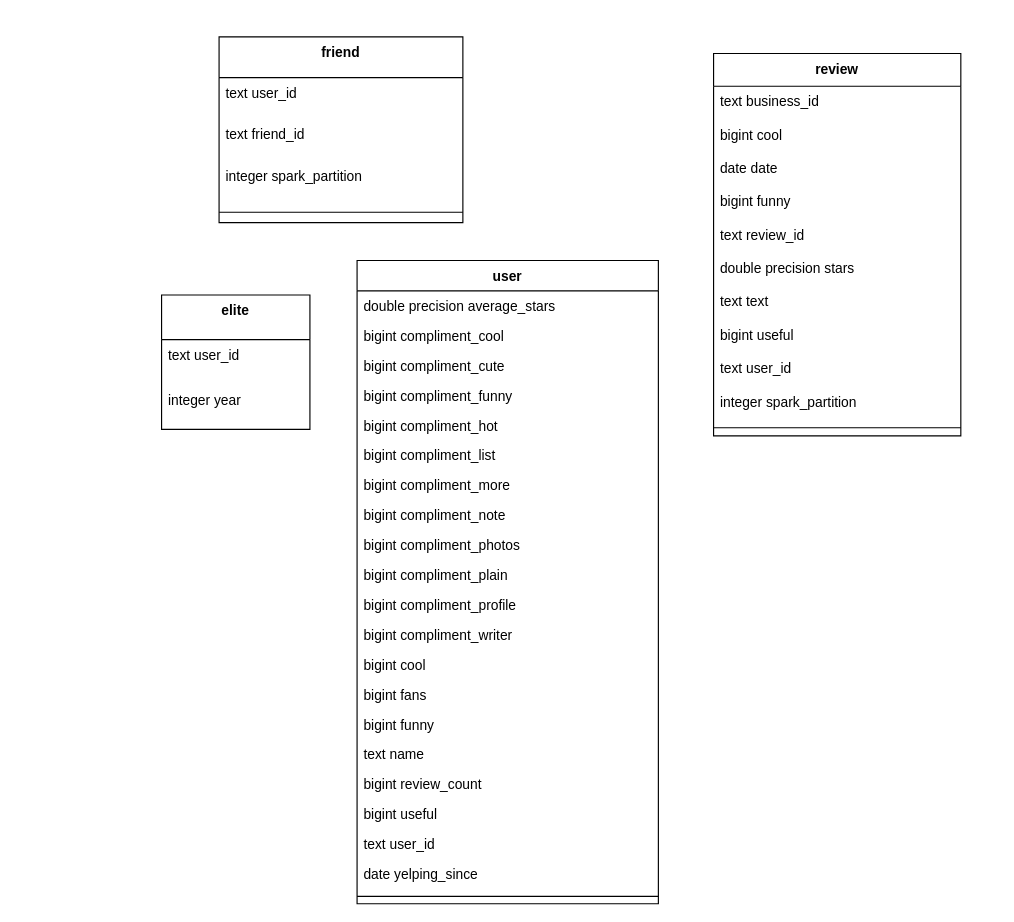
Before: diagramme/postgres.drawio in Maxime-Cllt/Argon, a draw.io diagram. Source tidied: cells renumbered, new cells numbered last; positions are measured from the earlier drawing's top-left corner, leaving out a move shared by most shapes. Both pictures are drawn from the tidied source at 115%, with x=0, y=0 at pixel (161, 36).
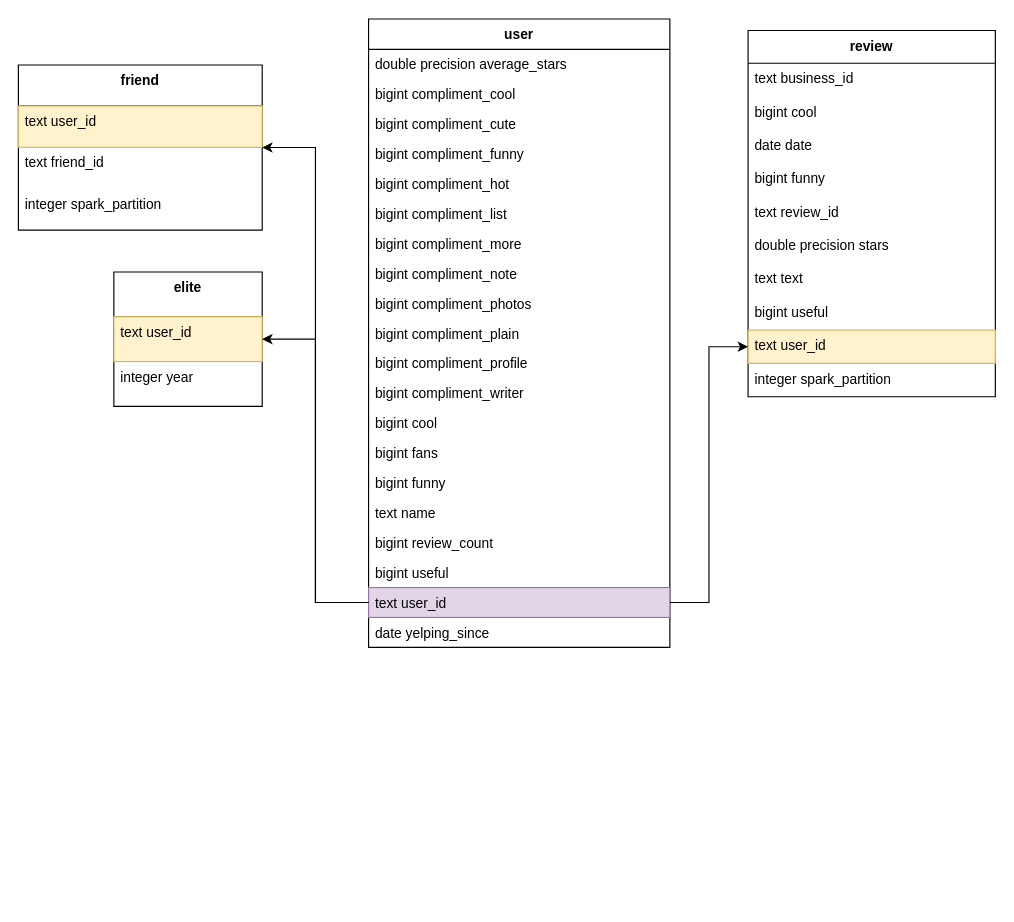
The same page after the edit.

Commit message (it also covers changes not shown here):
Màj table dim et diagrammes

The edit, as a diff of the source:
```diff
@@
     <mxCell id="2" value="elite" style="swimlane;fontStyle=1;align=center;verticalAlign=top;horizontal=1;startSize=38.857142857142854;" parent="1" vertex="1">
-      <mxGeometry y="225" width="129" height="116.9" as="geometry" />
+      <mxGeometry x="-41.5" y="205" width="129" height="116.9" as="geometry" />
     </mxCell>
-    <mxCell id="3" value="text user_id" style="text;strokeColor=none;fillColor=none;align=left;verticalAlign=top;spacingLeft=4;spacingRight=4;overflow=hidden;points=[[0,0.5],[1,0.5]];portConstraint=eastwest;" parent="2" vertex="1">
+    <mxCell id="3" value="text user_id" style="text;strokeColor=#d6b656;fillColor=#fff2cc;align=left;verticalAlign=top;spacingLeft=4;spacingRight=4;overflow=hidden;points=[[0,0.5],[1,0.5]];portConstraint=eastwest;" parent="2" vertex="1">
       <mxGeometry y="38.9" width="129" height="39" as="geometry" />
     </mxCell>
@@
     <mxCell id="5" value="friend" style="swimlane;fontStyle=1;align=center;verticalAlign=top;horizontal=1;startSize=35.55555555555556;" parent="1" vertex="1">
-      <mxGeometry x="50" y="0.5" width="212" height="161.6" as="geometry" />
+      <mxGeometry x="-124.5" y="25" width="212" height="143.6" as="geometry" />
     </mxCell>
-    <mxCell id="6" value="text user_id" style="text;strokeColor=none;fillColor=none;align=left;verticalAlign=top;spacingLeft=4;spacingRight=4;overflow=hidden;" parent="5" vertex="1">
+    <mxCell id="6" value="text user_id" style="text;strokeColor=#d6b656;fillColor=#fff2cc;align=left;verticalAlign=top;spacingLeft=4;spacingRight=4;overflow=hidden;" parent="5" vertex="1">
       <mxGeometry y="35.6" width="212" height="36" as="geometry" />
     </mxCell>
@@
-    <mxCell id="9" style="line;strokeWidth=1;fillColor=none;align=left;verticalAlign=middle;spacingTop=-1;spacingLeft=3;spacingRight=3;labelPosition=right;strokeColor=inherit;" parent="5" vertex="1">
-      <mxGeometry y="143.6" width="212" height="18" as="geometry" />
-    </mxCell>
     <mxCell id="10" value="review" style="swimlane;fontStyle=1;align=center;verticalAlign=top;horizontal=1;startSize=28.52173913043478;" parent="1" vertex="1">
-      <mxGeometry x="480" y="15" width="215" height="332.5" as="geometry" />
+      <mxGeometry x="510" y="-5" width="215" height="318.5" as="geometry" />
     </mxCell>
-    <mxCell id="11" value="text business_id" style="text;strokeColor=none;fillColor=none;align=left;verticalAlign=top;spacingLeft=4;spacingRight=4;overflow=hidden;" parent="10" vertex="1">
+    <mxCell id="11" value="text business_id" style="text;align=left;verticalAlign=top;spacingLeft=4;spacingRight=4;overflow=hidden;" parent="10" vertex="1">
       <mxGeometry y="28.5" width="215" height="29" as="geometry" />
     </mxCell>
@@
-    <mxCell id="19" value="text user_id" style="text;strokeColor=none;fillColor=none;align=left;verticalAlign=top;spacingLeft=4;spacingRight=4;overflow=hidden;points=[[0,0.5],[1,0.5]];portConstraint=eastwest;" parent="10" vertex="1">
+    <mxCell id="19" value="text user_id" style="text;strokeColor=#d6b656;fillColor=#fff2cc;align=left;verticalAlign=top;spacingLeft=4;spacingRight=4;overflow=hidden;points=[[0,0.5],[1,0.5]];portConstraint=eastwest;" parent="10" vertex="1">
       <mxGeometry y="260.5" width="215" height="29" as="geometry" />
     </mxCell>
@@
-    <mxCell id="21" style="line;strokeWidth=1;fillColor=none;align=left;verticalAlign=middle;spacingTop=-1;spacingLeft=3;spacingRight=3;labelPosition=right;strokeColor=inherit;" parent="10" vertex="1">
-      <mxGeometry y="318.5" width="215" height="14" as="geometry" />
-    </mxCell>
     <mxCell id="22" value="user" style="swimlane;fontStyle=1;align=center;verticalAlign=top;horizontal=1;startSize=26.41860465116279;" parent="1" vertex="1">
-      <mxGeometry x="170" y="195" width="262" height="559.4" as="geometry" />
+      <mxGeometry x="180" y="-15" width="262" height="546.4" as="geometry" />
     </mxCell>
@@
-    <mxCell id="41" value="text user_id" style="text;strokeColor=none;fillColor=none;align=left;verticalAlign=top;spacingLeft=4;spacingRight=4;overflow=hidden;points=[[0,0.5],[1,0.5]];portConstraint=eastwest;" parent="22" vertex="1">
+    <mxCell id="41" value="text user_id" style="text;strokeColor=#9673a6;fillColor=#e1d5e7;align=left;verticalAlign=top;spacingLeft=4;spacingRight=4;overflow=hidden;points=[[0,0.5],[1,0.5]];portConstraint=eastwest;" parent="22" vertex="1">
       <mxGeometry y="494.4" width="262" height="26" as="geometry" />
     </mxCell>
@@
-    <mxCell id="43" style="line;strokeWidth=1;fillColor=none;align=left;verticalAlign=middle;spacingTop=-1;spacingLeft=3;spacingRight=3;labelPosition=right;strokeColor=inherit;" parent="22" vertex="1">
-      <mxGeometry y="546.4" width="262" height="13" as="geometry" />
-    </mxCell>
+    <mxCell id="44" style="edgeStyle=orthogonalEdgeStyle;rounded=0;jettySize=auto;html=1;entryX=1;entryY=0.5;entryDx=0;entryDy=0;" parent="1" edge="1" source="41" target="3">
+      <mxGeometry relative="1" as="geometry" />
+    </mxCell>
+    <mxCell id="45" style="edgeStyle=orthogonalEdgeStyle;rounded=0;jettySize=auto;html=1;entryX=0;entryY=0.5;entryDx=0;entryDy=0;" parent="1" edge="1" source="41" target="19">
+      <mxGeometry relative="1" as="geometry" />
+    </mxCell>
+    <mxCell id="46" style="edgeStyle=orthogonalEdgeStyle;rounded=0;jettySize=auto;html=1;exitX=0;exitY=0.5;exitDx=0;exitDy=0;entryX=1;entryY=0.5;entryDx=0;entryDy=0;" parent="1" edge="1" source="41" target="5">
+      <mxGeometry relative="1" as="geometry" />
+    </mxCell>
```
